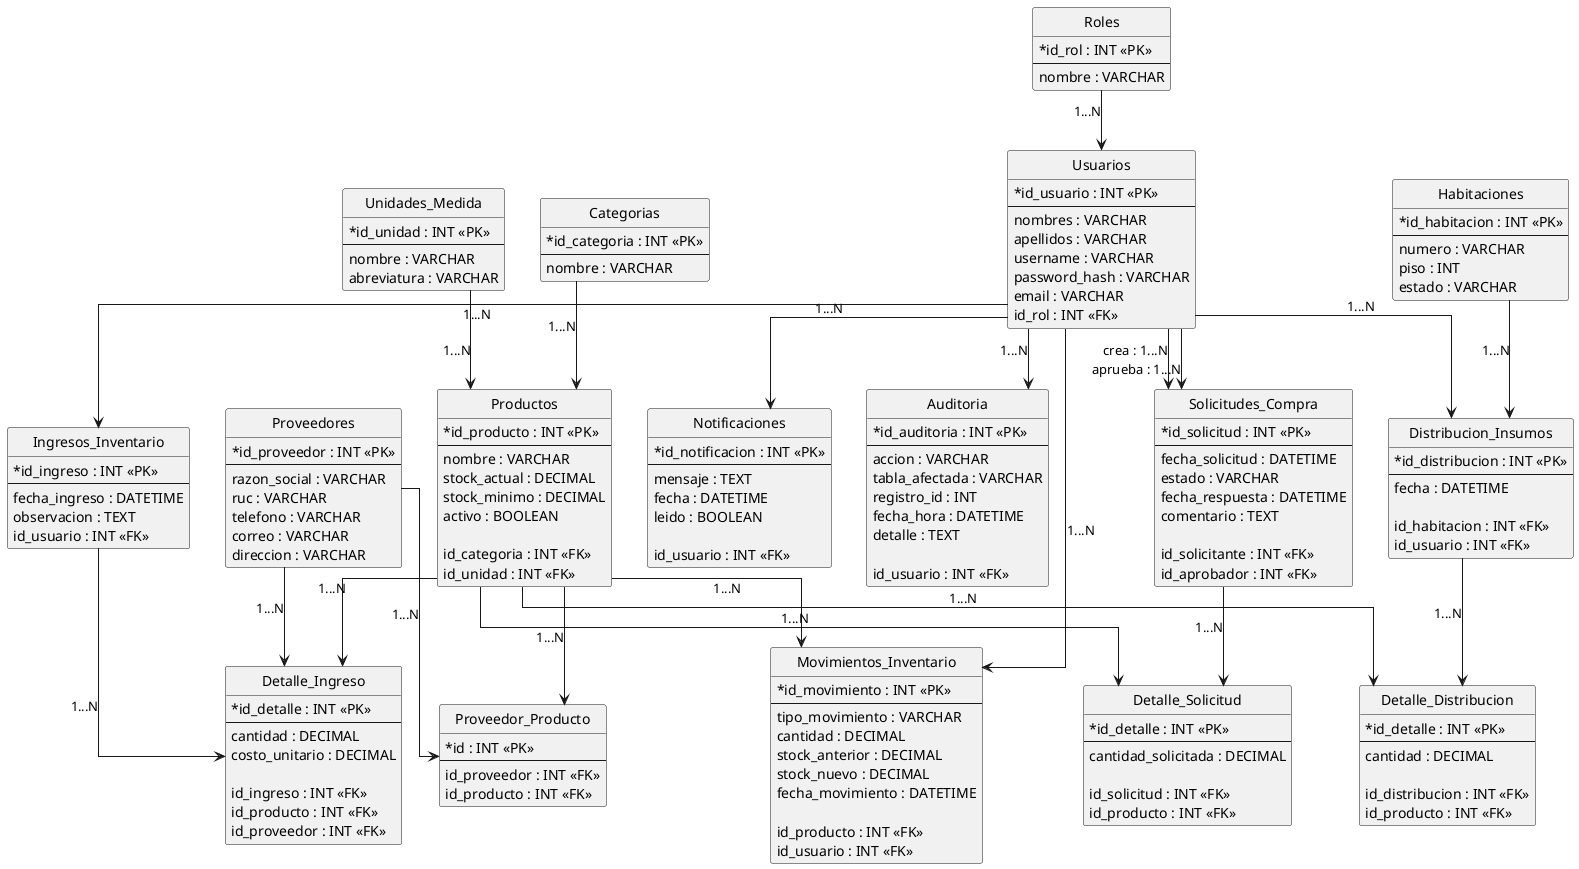
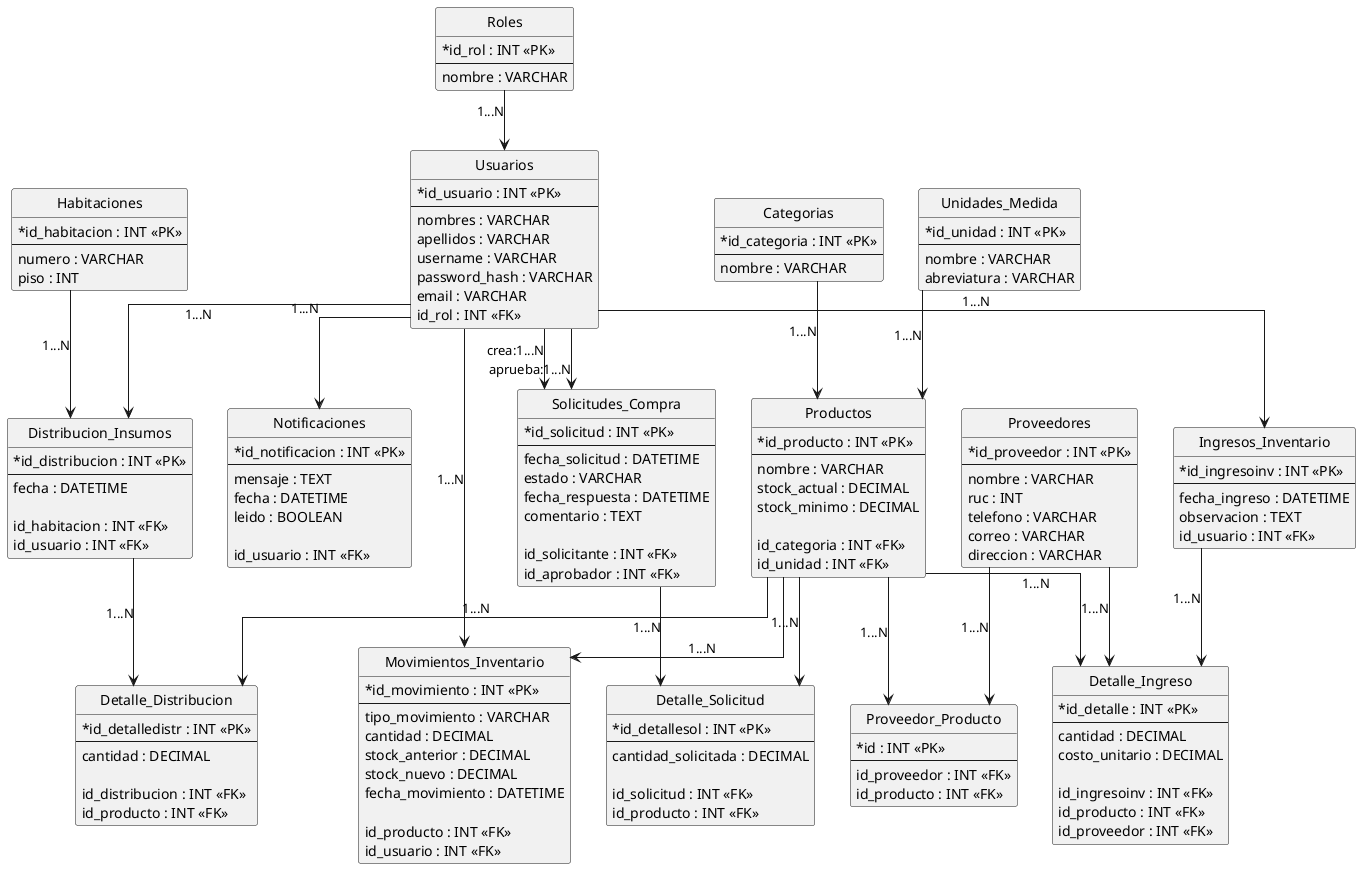
@startuml
hide circle
skinparam linetype ortho
skinparam classAttributeIconSize 0

entity "Roles" as roles {
    * id_rol : INT <<PK>>
    --
    nombre : VARCHAR
}

entity "Usuarios" as usuarios {
    * id_usuario : INT <<PK>>
    --
    nombres : VARCHAR
    apellidos : VARCHAR
    username : VARCHAR
    password_hash : VARCHAR
    email : VARCHAR
    id_rol : INT <<FK>>
}

entity "Categorias" as categorias {
    * id_categoria : INT <<PK>>
    --
    nombre : VARCHAR
}

entity "Unidades_Medida" as unidades {
    * id_unidad : INT <<PK>>
    --
    nombre : VARCHAR
    abreviatura : VARCHAR
}

entity "Productos" as productos {
    * id_producto : INT <<PK>>
    --
    nombre : VARCHAR
    stock_actual : DECIMAL
    stock_minimo : DECIMAL
-     activo : BOOLEAN

    id_categoria : INT <<FK>>
    id_unidad : INT <<FK>>
}

entity "Proveedores" as proveedores {
    * id_proveedor : INT <<PK>>
    --
-     razon_social : VARCHAR
-     ruc : VARCHAR
+     nombre : VARCHAR
+     ruc : INT
    telefono : VARCHAR
    correo : VARCHAR
    direccion : VARCHAR
}

- entity "Proveedor_Producto" as proveedor_producto {
+ ' Resuelve RF-32
+ entity "Proveedor_Producto" as proveedor_prod {
    * id : INT <<PK>>
    --
    id_proveedor : INT <<FK>>
    id_producto : INT <<FK>>
}

+ ' Cabecera del ingreso
entity "Ingresos_Inventario" as ingresos {
-     * id_ingreso : INT <<PK>>
+     * id_ingresoinv : INT <<PK>>
    --
    fecha_ingreso : DATETIME
    observacion : TEXT
    id_usuario : INT <<FK>>
}

+ ' Cumple RF-33
entity "Detalle_Ingreso" as detalle_ingreso {
    * id_detalle : INT <<PK>>
    --
    cantidad : DECIMAL
    costo_unitario : DECIMAL

-     id_ingreso : INT <<FK>>
+     id_ingresoinv : INT <<FK>>
    id_producto : INT <<FK>>
    id_proveedor : INT <<FK>>
}

- entity "Movimientos_Inventario" as movimientos {
+ ' Kardex o historial de movimientos
+ ' Tipo: INGRESO, SALIDA o AJUSTE
+ entity "Movimientos_Inventario" as movimientos_inv {
    * id_movimiento : INT <<PK>>
    --
    tipo_movimiento : VARCHAR
    cantidad : DECIMAL
    stock_anterior : DECIMAL
    stock_nuevo : DECIMAL
    fecha_movimiento : DATETIME

    id_producto : INT <<FK>>
    id_usuario : INT <<FK>>
}

entity "Habitaciones" as habitaciones {
    * id_habitacion : INT <<PK>>
    --
    numero : VARCHAR
    piso : INT
-     estado : VARCHAR
}

+ ' Historial de uso de habitaciones
entity "Distribucion_Insumos" as distribucion {
    * id_distribucion : INT <<PK>>
    --
    fecha : DATETIME

    id_habitacion : INT <<FK>>
    id_usuario : INT <<FK>>
}

+ ' Cumple RF-16
entity "Detalle_Distribucion" as detalle_distribucion {
-     * id_detalle : INT <<PK>>
+     * id_detalledistr : INT <<PK>>
    --
    cantidad : DECIMAL

    id_distribucion : INT <<FK>>
    id_producto : INT <<FK>>
}

+ ' Cumple RF-23, RF-24 y RF-25
+ ' estado: PENDIENTE, APROBADO, RECHAZADO
+ ' solicitante es user Encargado, aprobador es user Gerente
entity "Solicitudes_Compra" as solicitudes {
    * id_solicitud : INT <<PK>>
    --
    fecha_solicitud : DATETIME
    estado : VARCHAR
    fecha_respuesta : DATETIME
    comentario : TEXT

    id_solicitante : INT <<FK>>
    id_aprobador : INT <<FK>>
}

entity "Detalle_Solicitud" as detalle_solicitud {
-     * id_detalle : INT <<PK>>
+     * id_detallesol : INT <<PK>>
    --
    cantidad_solicitada : DECIMAL

    id_solicitud : INT <<FK>>
    id_producto : INT <<FK>>
}

entity "Notificaciones" as notificaciones {
    * id_notificacion : INT <<PK>>
    --
    mensaje : TEXT
    fecha : DATETIME
    leido : BOOLEAN
- 
-     id_usuario : INT <<FK>>
- }
- 
- entity "Auditoria" as auditoria {
-     * id_auditoria : INT <<PK>>
-     --
-     accion : VARCHAR
-     tabla_afectada : VARCHAR
-     registro_id : INT
-     fecha_hora : DATETIME
-     detalle : TEXT

    id_usuario : INT <<FK>>
}

'=========================
' RELACIONES
'=========================

roles --> usuarios : 1...N

categorias --> productos : 1...N
unidades --> productos : 1...N

usuarios --> ingresos : 1...N

ingresos --> detalle_ingreso : 1...N
productos --> detalle_ingreso : 1...N
proveedores --> detalle_ingreso : 1...N

- proveedores --> proveedor_producto : 1...N
- productos --> proveedor_producto : 1...N
+ proveedores --> proveedor_prod : 1...N
+ productos --> proveedor_prod : 1...N

- productos --> movimientos : 1...N
- usuarios --> movimientos : 1...N
+ productos --> movimientos_inv : 1...N
+ usuarios --> movimientos_inv : 1...N

habitaciones --> distribucion : 1...N
usuarios --> distribucion : 1...N

distribucion --> detalle_distribucion : 1...N
productos --> detalle_distribucion : 1...N

- usuarios --> solicitudes : crea : 1...N
- usuarios --> solicitudes : aprueba : 1...N
+ usuarios --> solicitudes : crea:1...N
+ usuarios --> solicitudes : aprueba:1...N

solicitudes --> detalle_solicitud : 1...N
productos --> detalle_solicitud : 1...N

usuarios --> notificaciones : 1...N
- usuarios --> auditoria : 1...N

@enduml